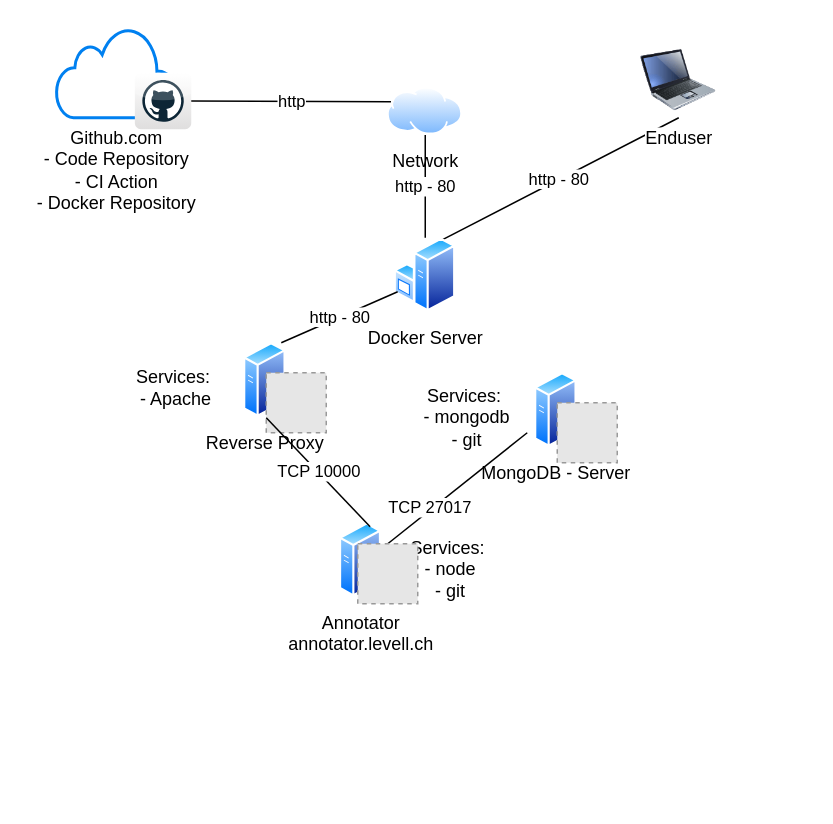
Earlier version of the draw.io diagram documentation/infrastructure.drawio (jimmylevell/annotator). Source tidied: cells renumbered, new cells numbered last; positions are measured from the earlier drawing's top-left corner, leaving out a move shared by most shapes. Both pictures are drawn from the tidied source at 150%, with x=0, y=0 at pixel (56, 27). Pictures stored in the file or linked from it are replaced by grey dashed boxes.
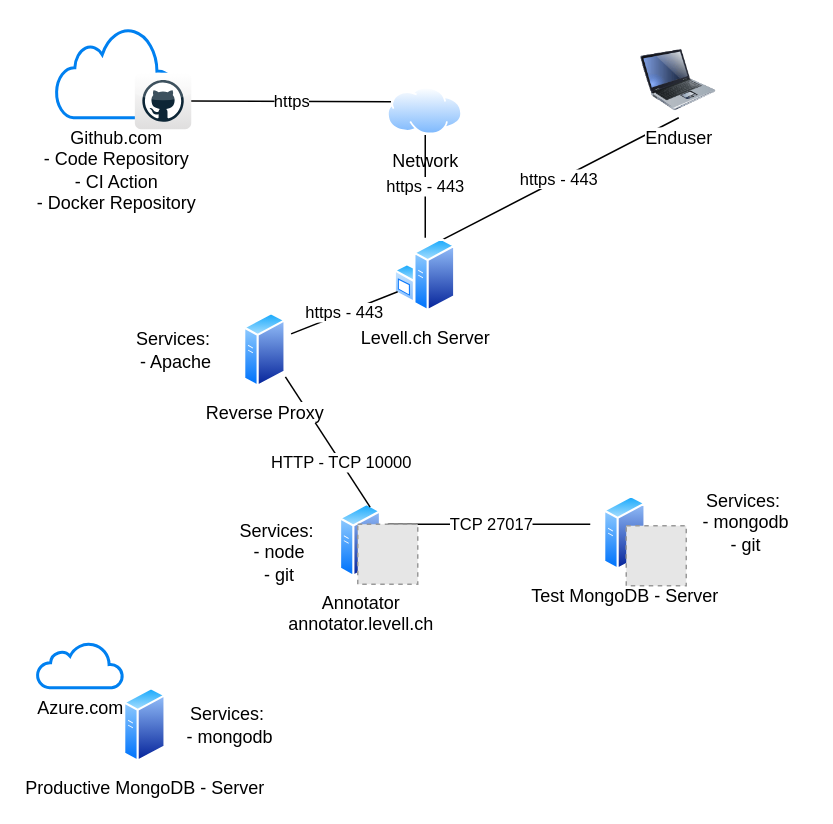
Above is the later version.

The change refers to these unchanged cells:
```xml
<mxCell id="4" value="Network" style="perimeter=ellipsePerimeter;html=1;align=center;shadow=0;dashed=0;spacingTop=3;image;image=img/lib/active_directory/internet_cloud.svg;" parent="1" vertex="1">
  <mxGeometry x="221" y="40" width="50" height="31.5" as="geometry" />
</mxCell>
<mxCell id="8" value="Enduser" style="image;html=1;image=img/lib/clip_art/computers/Laptop_128x128.png;" parent="1" vertex="1">
  <mxGeometry x="390" y="10" width="50" height="50" as="geometry" />
</mxCell>
<mxCell id="9" style="dashed=0;outlineConnect=0;html=1;align=center;labelPosition=center;verticalLabelPosition=bottom;verticalAlign=top;shape=mxgraph.webicons.github;gradientColor=#DFDEDE;" parent="1" vertex="1">
  <mxGeometry x="52.4" y="30" width="37.6" height="37.6" as="geometry" />
</mxCell>
```

Change to the diagram source:
```diff
@@
-    <mxCell id="3" value="MongoDB - Server" style="perimeter=ellipsePerimeter;html=1;align=center;shadow=0;dashed=0;spacingTop=3;image;image=img/lib/active_directory/generic_server.svg;fontFamily=Helvetica;fontSize=12;fontColor=#000000;strokeColor=#000000;fillColor=#ffffff;" parent="1" vertex="1">
-      <mxGeometry x="314" y="230" width="38.5" height="50" as="geometry" />
+    <mxCell id="3" value="Test MongoDB - Server" style="perimeter=ellipsePerimeter;html=1;align=center;shadow=0;dashed=0;spacingTop=3;image;image=img/lib/active_directory/generic_server.svg;fontFamily=Helvetica;fontSize=12;fontColor=#000000;strokeColor=#000000;fillColor=#ffffff;" parent="1" vertex="1">
+      <mxGeometry x="360" y="312" width="38.5" height="50" as="geometry" />
     </mxCell>
@@
-    <mxCell id="5" value="http - 80" style="endArrow=none;html=1;entryX=0.5;entryY=1;entryDx=0;entryDy=0;exitX=0.5;exitY=0;exitDx=0;exitDy=0;" parent="1" edge="1" source="12" target="4">
+    <mxCell id="5" value="https - 443" style="endArrow=none;html=1;entryX=0.5;entryY=1;entryDx=0;entryDy=0;exitX=0.5;exitY=0;exitDx=0;exitDy=0;" parent="1" edge="1" source="12" target="4">
       <mxGeometry relative="1" as="geometry" />
     </mxCell>
     <mxCell id="6" value="Services:&amp;nbsp;&lt;br&gt;- mongodb&lt;br&gt;- git" style="text;html=1;strokeColor=none;fillColor=none;align=center;verticalAlign=middle;whiteSpace=wrap;rounded=0;" parent="1" vertex="1">
-      <mxGeometry x="234" y="250" width="80" height="20" as="geometry" />
+      <mxGeometry x="420" y="320" width="80" height="20" as="geometry" />
     </mxCell>
-    <mxCell id="7" value="http - 80" style="edgeStyle=none;rounded=0;jettySize=auto;html=1;exitX=0.5;exitY=1;exitDx=0;exitDy=0;entryX=0.75;entryY=0;entryDx=0;entryDy=0;endArrow=none;endFill=0;" parent="1" edge="1" source="8" target="12">
+    <mxCell id="7" value="https - 443" style="edgeStyle=none;rounded=0;jettySize=auto;html=1;exitX=0.5;exitY=1;exitDx=0;exitDy=0;entryX=0.75;entryY=0;entryDx=0;entryDy=0;endArrow=none;endFill=0;" parent="1" edge="1" source="8" target="12">
       <mxGeometry relative="1" as="geometry" />
     </mxCell>
@@
-    <mxCell id="10" value="http" style="endArrow=none;html=1;entryX=0;entryY=0.25;entryDx=0;entryDy=0;" parent="1" edge="1" source="9" target="4">
+    <mxCell id="10" value="https" style="endArrow=none;html=1;entryX=0;entryY=0.25;entryDx=0;entryDy=0;" parent="1" edge="1" source="9" target="4">
       <mxGeometry relative="1" as="geometry" />
     </mxCell>
     <mxCell id="11" style="fillColor=#E6E6E6;strokeColor=#999999;dashed=1;html=1;verticalAlign=top;verticalLabelPosition=bottom;labelBackgroundColor=#ffffff;" parent="1" vertex="1">
-      <mxGeometry x="334" y="250" width="40" height="40" as="geometry" />
+      <mxGeometry x="380" y="332" width="40" height="40" as="geometry" />
     </mxCell>
-    <mxCell id="12" value="Docker Server" style="perimeter=ellipsePerimeter;html=1;align=center;shadow=0;dashed=0;spacingTop=3;image;image=img/lib/active_directory/windows_server.svg;" parent="1" vertex="1">
+    <mxCell id="12" value="Levell.ch Server" style="perimeter=ellipsePerimeter;html=1;align=center;shadow=0;dashed=0;spacingTop=3;image;image=img/lib/active_directory/windows_server.svg;" parent="1" vertex="1">
       <mxGeometry x="225.5" y="140" width="41" height="50" as="geometry" />
     </mxCell>
-    <mxCell id="13" value="Reverse Proxy" style="perimeter=ellipsePerimeter;html=1;align=center;shadow=0;dashed=0;spacingTop=3;image;image=img/lib/active_directory/generic_server.svg;fontFamily=Helvetica;fontSize=12;fontColor=#000000;strokeColor=#000000;fillColor=#ffffff;" parent="1" vertex="1">
-      <mxGeometry x="120" y="210" width="38.5" height="50" as="geometry" />
-    </mxCell>
     <mxCell id="14" value="Services:&amp;nbsp;&lt;br&gt;- Apache" style="text;html=1;strokeColor=none;fillColor=none;align=center;verticalAlign=middle;whiteSpace=wrap;rounded=0;" parent="1" vertex="1">
-      <mxGeometry x="40" y="230" width="80" height="20" as="geometry" />
+      <mxGeometry x="40" y="205" width="80" height="20" as="geometry" />
     </mxCell>
-    <mxCell id="15" style="fillColor=#E6E6E6;strokeColor=#999999;dashed=1;html=1;verticalAlign=top;verticalLabelPosition=bottom;labelBackgroundColor=#ffffff;" parent="1" vertex="1">
-      <mxGeometry x="140" y="230" width="40" height="40" as="geometry" />
-    </mxCell>
-    <mxCell id="16" value="http - 80" style="edgeStyle=none;rounded=0;jettySize=auto;html=1;exitX=0;exitY=0.75;exitDx=0;exitDy=0;endArrow=none;endFill=0;" parent="1" edge="1" source="12">
-      <mxGeometry relative="1" as="geometry">
-        <mxPoint x="150" y="210" as="targetPoint" />
-      </mxGeometry>
+    <mxCell id="16" value="https - 443" style="edgeStyle=none;rounded=0;jettySize=auto;html=1;exitX=0;exitY=0.75;exitDx=0;exitDy=0;endArrow=none;endFill=0;entryX=1;entryY=0.25;entryDx=0;entryDy=0;" parent="1" edge="1" source="12" target="13">
+      <mxGeometry relative="1" as="geometry" />
     </mxCell>
-    <mxCell id="17" value="TCP 27017" style="endArrow=none;html=1;entryX=1;entryY=1;entryDx=0;entryDy=0;exitX=0.5;exitY=0;exitDx=0;exitDy=0;endFill=0;" parent="1" edge="1" source="20" target="6">
-      <mxGeometry x="-0.37" y="1" relative="1" as="geometry" />
+    <mxCell id="17" value="TCP 27017" style="endArrow=none;html=1;exitX=0.5;exitY=0;exitDx=0;exitDy=0;endFill=0;" parent="1" edge="1" source="20">
+      <mxGeometry x="0.02" relative="1" as="geometry">
+        <mxPoint x="356" y="331" as="targetPoint" />
+      </mxGeometry>
     </mxCell>
     <mxCell id="18" value="Annotator&lt;br&gt;annotator.levell.ch" style="perimeter=ellipsePerimeter;html=1;align=center;shadow=0;dashed=0;spacingTop=3;image;image=img/lib/active_directory/generic_server.svg;" parent="1" vertex="1">
-      <mxGeometry x="189" y="330" width="28" height="50" as="geometry" />
+      <mxGeometry x="189" y="317" width="28" height="50" as="geometry" />
     </mxCell>
     <mxCell id="19" value="Services:&amp;nbsp;&lt;br&gt;- node&lt;br&gt;- git" style="text;html=1;strokeColor=none;fillColor=none;align=center;verticalAlign=middle;whiteSpace=wrap;rounded=0;" parent="1" vertex="1">
-      <mxGeometry x="223" y="351" width="80" height="20" as="geometry" />
+      <mxGeometry x="109" y="340" width="80" height="20" as="geometry" />
     </mxCell>
     <mxCell id="20" style="fillColor=#E6E6E6;strokeColor=#999999;dashed=1;html=1;verticalAlign=top;verticalLabelPosition=bottom;labelBackgroundColor=#ffffff;" parent="1" vertex="1">
-      <mxGeometry x="201" y="344" width="40" height="40" as="geometry" />
+      <mxGeometry x="201" y="331" width="40" height="40" as="geometry" />
     </mxCell>
-    <mxCell id="21" value="TCP 10000" style="endArrow=none;html=1;entryX=0;entryY=0.75;entryDx=0;entryDy=0;endFill=0;exitX=0.75;exitY=0;exitDx=0;exitDy=0;" parent="1" edge="1" source="18" target="15">
-      <mxGeometry relative="1" as="geometry" />
+    <mxCell id="21" value="HTTP - TCP 10000" style="endArrow=none;html=1;entryX=1;entryY=1;entryDx=0;entryDy=0;endFill=0;exitX=0.75;exitY=0;exitDx=0;exitDy=0;" parent="1" edge="1" source="18" target="13">
+      <mxGeometry x="-0.32" relative="1" as="geometry" />
     </mxCell>
+    <mxCell id="22" value="Productive MongoDB - Server" style="perimeter=ellipsePerimeter;html=1;align=center;shadow=0;dashed=0;spacingTop=3;image;image=img/lib/active_directory/generic_server.svg;fontFamily=Helvetica;fontSize=12;fontColor=#000000;strokeColor=#000000;fillColor=#ffffff;" parent="1" vertex="1">
+      <mxGeometry x="40" y="440" width="38.5" height="50" as="geometry" />
+    </mxCell>
+    <mxCell id="23" value="Services:&amp;nbsp;&lt;br&gt;- mongodb" style="text;html=1;strokeColor=none;fillColor=none;align=center;verticalAlign=middle;whiteSpace=wrap;rounded=0;" parent="1" vertex="1">
+      <mxGeometry x="76" y="455" width="80" height="20" as="geometry" />
+    </mxCell>
+    <mxCell id="24" value="Azure.com" style="html=1;verticalLabelPosition=bottom;align=center;labelBackgroundColor=#ffffff;verticalAlign=top;strokeWidth=2;strokeColor=#0080F0;shadow=0;dashed=0;shape=mxgraph.ios7.icons.cloud;" parent="1" vertex="1">
+      <mxGeometry x="-12.6" y="410" width="57" height="30" as="geometry" />
+    </mxCell>
+    <mxCell id="13" value="Reverse Proxy" style="perimeter=ellipsePerimeter;html=1;align=center;shadow=0;dashed=0;spacingTop=3;image;image=img/lib/active_directory/generic_server.svg;fontFamily=Helvetica;fontSize=12;fontColor=#000000;strokeColor=#000000;fillColor=#ffffff;" parent="1" vertex="1">
+      <mxGeometry x="120" y="190" width="38.5" height="50" as="geometry" />
+    </mxCell>
```
